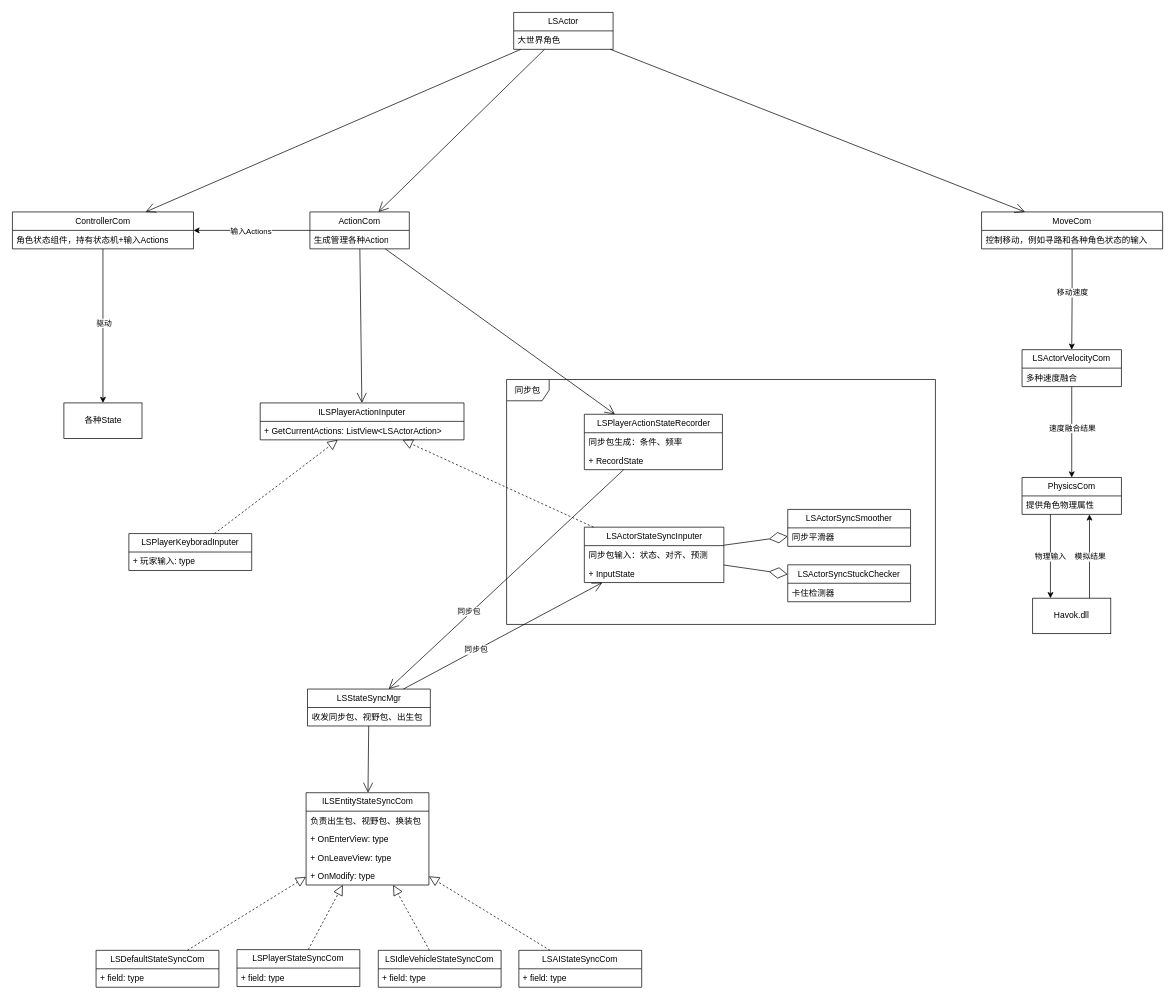
This is 大世界角色控制.drawio from uniHk/UniverseofHK.github.io, a draw.io file, before an edit. Source tidied: cells renumbered, new cells numbered last; positions are measured from the earlier drawing's top-left corner, leaving out a move shared by most shapes. Both pictures are drawn from the tidied source at 71%, with x=0, y=0 at pixel (12, 12).
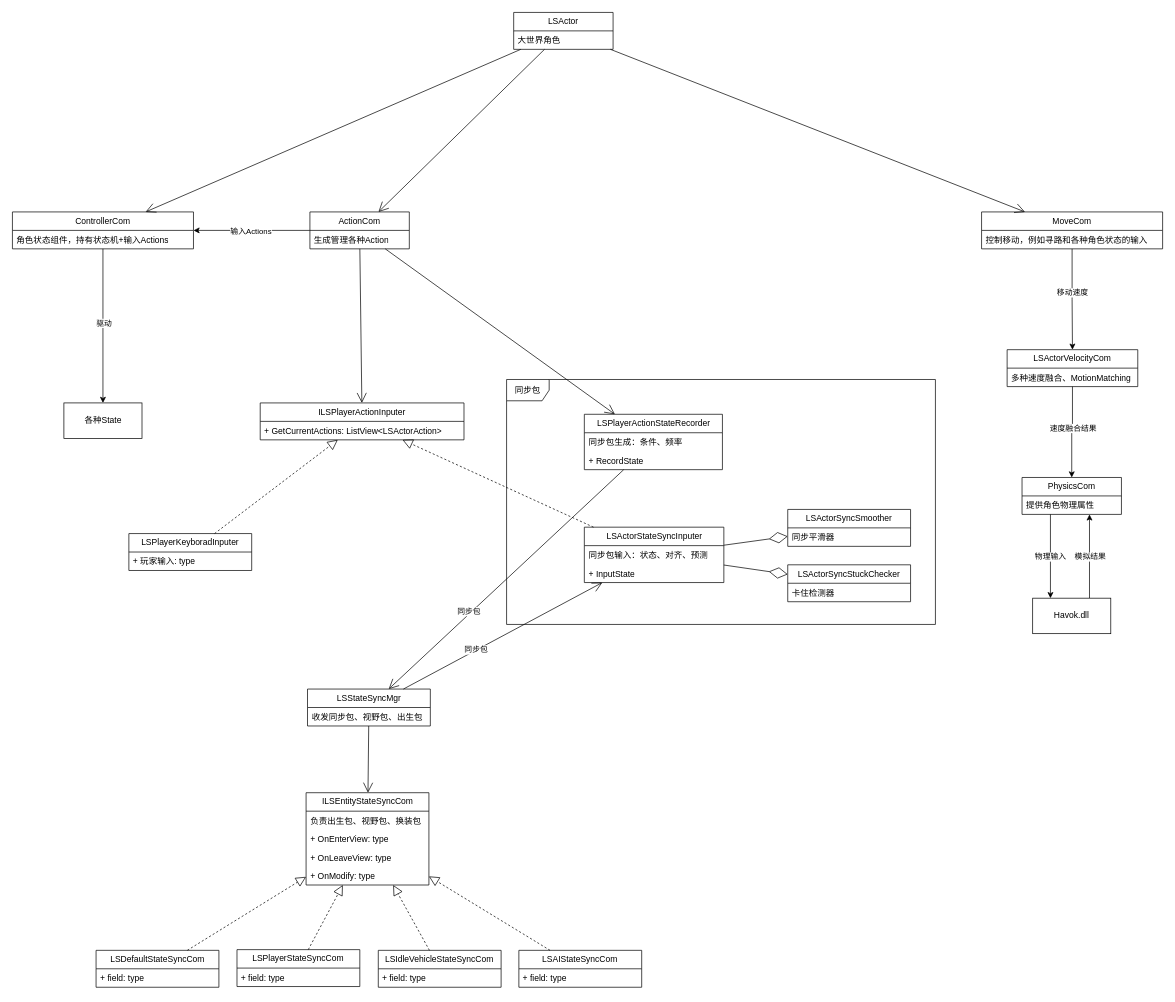
Above is the later version.

Commit message (it also covers changes not shown here):
更新大世界角色控制.drawio

Change to the diagram source:
```diff
@@
     <mxCell id="22" value="LSActorVelocityCom" style="swimlane;fontStyle=0;horizontal=1;startSize=26;fillColor=none;whiteSpace=wrap;html=1;" parent="1" vertex="1">
-      <mxGeometry x="1422" y="475" width="140" height="52" as="geometry" />
+      <mxGeometry x="1401" y="475" width="184" height="52" as="geometry" />
     </mxCell>
-    <mxCell id="23" value="多种速度融合" style="text;strokeColor=none;fillColor=none;align=left;verticalAlign=top;spacingLeft=4;spacingRight=4;overflow=hidden;whiteSpace=wrap;html=1;" parent="22" vertex="1">
-      <mxGeometry y="26" width="140" height="26" as="geometry" />
+    <mxCell id="23" value="多种速度融合、MotionMatching" style="text;strokeColor=none;fillColor=none;align=left;verticalAlign=top;spacingLeft=4;spacingRight=4;overflow=hidden;whiteSpace=wrap;html=1;" parent="22" vertex="1">
+      <mxGeometry y="26" width="184" height="26" as="geometry" />
     </mxCell>
```
